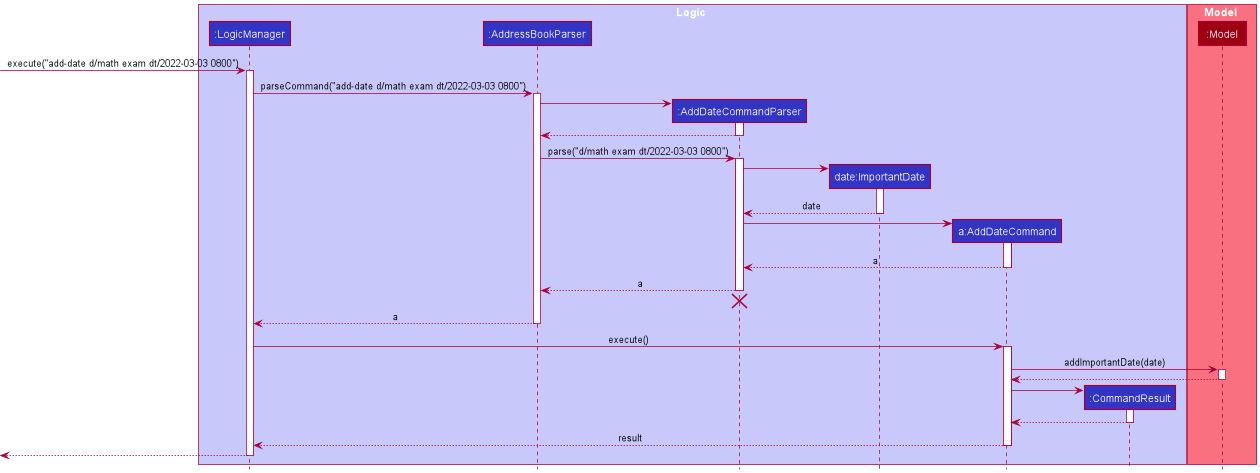
This is docs/images/AddImportantDateSequenceDiagram.png from nus-cs2103-AY2021S2/tp, a PlantUML export, as it was before one commit. The source it was exported from:
```plantuml
@startuml
!include style.puml

box Logic LOGIC_COLOR_T1
participant ":LogicManager" as LogicManager LOGIC_COLOR
participant ":AddressBookParser" as AddressBookParser LOGIC_COLOR
participant ":AddDateCommandParser" as AddDateCommandParser LOGIC_COLOR
participant "date:ImportantDate" as ImportantDate LOGIC_COLOR
participant "a:AddDateCommand" as AddDateCommand LOGIC_COLOR
participant ":CommandResult" as CommandResult LOGIC_COLOR
end box

box Model MODEL_COLOR_T1
participant ":Model" as Model MODEL_COLOR
end box

[-> LogicManager : execute("add-date d/math exam dt/2022-03-03 0800")
activate LogicManager

LogicManager -> AddressBookParser : parseCommand("add-date d/math exam dt/2022-03-03 0800")
activate AddressBookParser

create AddDateCommandParser
AddressBookParser -> AddDateCommandParser
activate AddDateCommandParser

AddDateCommandParser --> AddressBookParser
deactivate AddDateCommandParser

AddressBookParser -> AddDateCommandParser : parse("d/math exam dt/2022-03-03 0800")
activate AddDateCommandParser

create ImportantDate
AddDateCommandParser -> ImportantDate
activate ImportantDate

ImportantDate --> AddDateCommandParser : date
deactivate ImportantDate

create AddDateCommand
AddDateCommandParser -> AddDateCommand
activate AddDateCommand

AddDateCommand --> AddDateCommandParser : a
deactivate AddDateCommand

AddDateCommandParser --> AddressBookParser : a
deactivate AddDateCommandParser
AddDateCommandParser -[hidden]-> AddressBookParser
destroy AddDateCommandParser

AddressBookParser --> LogicManager : a
deactivate AddressBookParser

LogicManager -> AddDateCommand : execute()
activate AddDateCommand

AddDateCommand -> Model : addImportantDate(date)
activate Model

Model --> AddDateCommand
deactivate Model

create CommandResult
AddDateCommand -> CommandResult
activate CommandResult

CommandResult --> AddDateCommand
deactivate CommandResult

AddDateCommand --> LogicManager : result
deactivate AddDateCommand

[<--LogicManager
deactivate LogicManager
@enduml
```
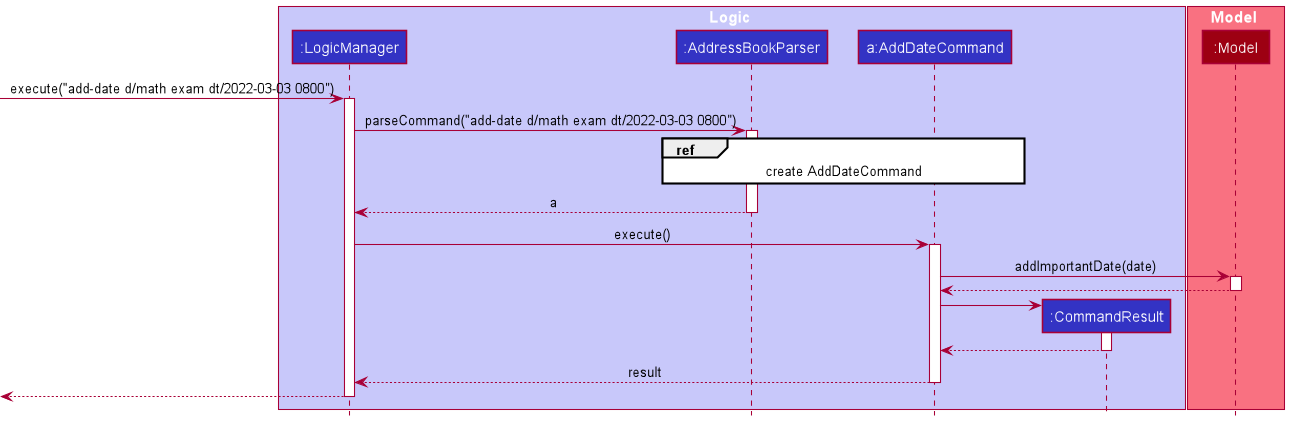
After the commit.

Commit message:
Update diagram for add-date

Change to the diagram source:
```diff
@@ -4,8 +4,6 @@
 box Logic LOGIC_COLOR_T1
 participant ":LogicManager" as LogicManager LOGIC_COLOR
 participant ":AddressBookParser" as AddressBookParser LOGIC_COLOR
-participant ":AddDateCommandParser" as AddDateCommandParser LOGIC_COLOR
-participant "date:ImportantDate" as ImportantDate LOGIC_COLOR
 participant "a:AddDateCommand" as AddDateCommand LOGIC_COLOR
 participant ":CommandResult" as CommandResult LOGIC_COLOR
 end box
@@ -20,34 +18,7 @@
 LogicManager -> AddressBookParser : parseCommand("add-date d/math exam dt/2022-03-03 0800")
 activate AddressBookParser
 
-create AddDateCommandParser
-AddressBookParser -> AddDateCommandParser
-activate AddDateCommandParser
-
-AddDateCommandParser --> AddressBookParser
-deactivate AddDateCommandParser
-
-AddressBookParser -> AddDateCommandParser : parse("d/math exam dt/2022-03-03 0800")
-activate AddDateCommandParser
-
-create ImportantDate
-AddDateCommandParser -> ImportantDate
-activate ImportantDate
-
-ImportantDate --> AddDateCommandParser : date
-deactivate ImportantDate
-
-create AddDateCommand
-AddDateCommandParser -> AddDateCommand
-activate AddDateCommand
-
-AddDateCommand --> AddDateCommandParser : a
-deactivate AddDateCommand
-
-AddDateCommandParser --> AddressBookParser : a
-deactivate AddDateCommandParser
-AddDateCommandParser -[hidden]-> AddressBookParser
-destroy AddDateCommandParser
+ref over AddressBookParser, AddDateCommand : create AddDateCommand
 
 AddressBookParser --> LogicManager : a
 deactivate AddressBookParser
```
